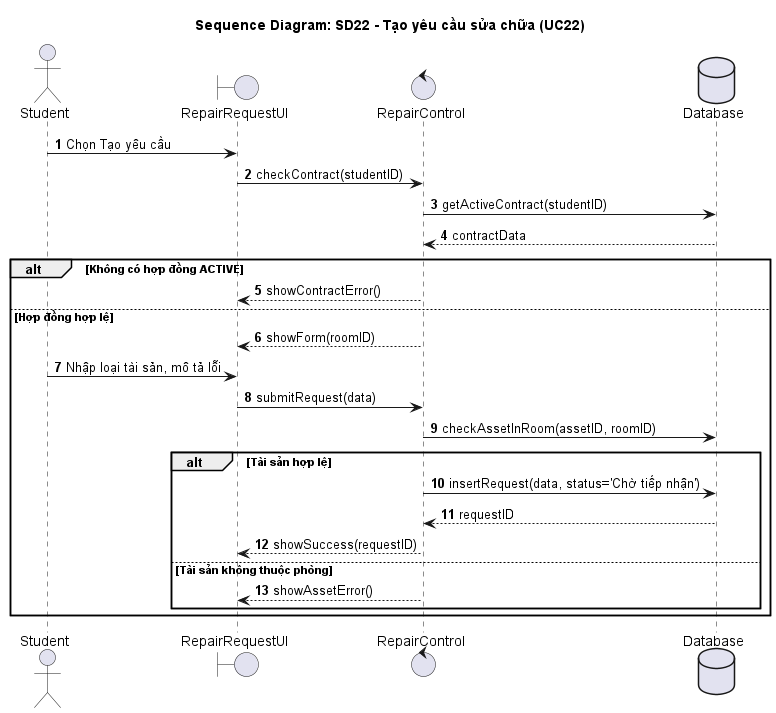
Before: src/DormitoryManagement/Docs/images/SD08_TaoYeuCauSuaChua.png, a diagram exported from PlantUML (DOTHANHLUAN-24/DormitoryManagementSystem). Its diagram source:
```plantuml
@startuml
title Sequence Diagram: SD22 - Tạo yêu cầu sửa chữa (UC22)
autonumber
actor "Student" as St
boundary "RepairRequestUI" as UI
control "RepairControl" as Ctrl
database "Database" as DB

St -> UI: Chọn Tạo yêu cầu
UI -> Ctrl: checkContract(studentID)
Ctrl -> DB: getActiveContract(studentID)
DB --> Ctrl: contractData
alt Không có hợp đồng ACTIVE
    Ctrl --> UI: showContractError()
else Hợp đồng hợp lệ
    Ctrl --> UI: showForm(roomID)
    St -> UI: Nhập loại tài sản, mô tả lỗi
    UI -> Ctrl: submitRequest(data)
    Ctrl -> DB: checkAssetInRoom(assetID, roomID)
    alt Tài sản hợp lệ
        Ctrl -> DB: insertRequest(data, status='Chờ tiếp nhận')
        DB --> Ctrl: requestID
        Ctrl --> UI: showSuccess(requestID)
    else Tài sản không thuộc phòng
        Ctrl --> UI: showAssetError()
    end
end
@enduml
```
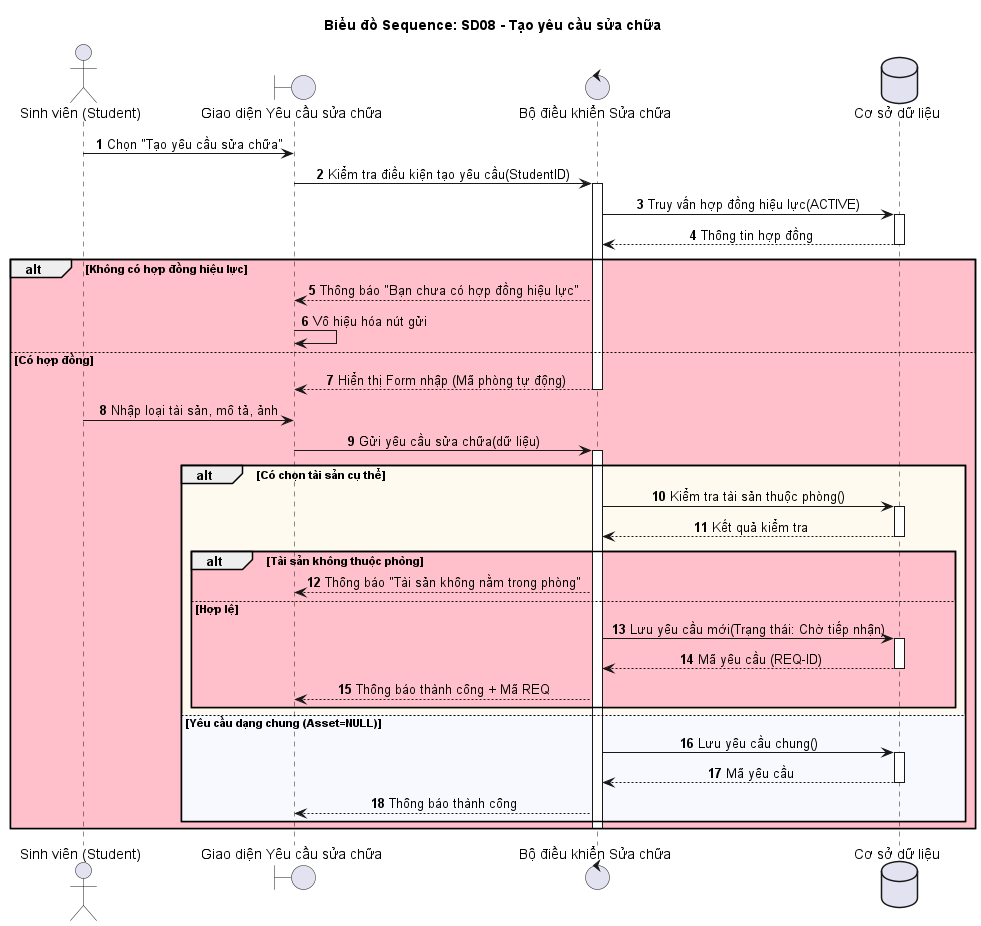
After the change.

What changed in the source:
```diff
@@ -1,28 +1,54 @@
 @startuml
-title Sequence Diagram: SD22 - Tạo yêu cầu sửa chữa (UC22)
+skinparam SequenceMessageAlignment center
+title Biểu đồ Sequence: SD08 - Tạo yêu cầu sửa chữa
 autonumber
-actor "Student" as St
-boundary "RepairRequestUI" as UI
-control "RepairControl" as Ctrl
-database "Database" as DB
 
-St -> UI: Chọn Tạo yêu cầu
-UI -> Ctrl: checkContract(studentID)
-Ctrl -> DB: getActiveContract(studentID)
-DB --> Ctrl: contractData
-alt Không có hợp đồng ACTIVE
-    Ctrl --> UI: showContractError()
-else Hợp đồng hợp lệ
-    Ctrl --> UI: showForm(roomID)
-    St -> UI: Nhập loại tài sản, mô tả lỗi
-    UI -> Ctrl: submitRequest(data)
-    Ctrl -> DB: checkAssetInRoom(assetID, roomID)
-    alt Tài sản hợp lệ
-        Ctrl -> DB: insertRequest(data, status='Chờ tiếp nhận')
-        DB --> Ctrl: requestID
-        Ctrl --> UI: showSuccess(requestID)
-    else Tài sản không thuộc phòng
-        Ctrl --> UI: showAssetError()
+actor "Sinh viên (Student)" as St
+boundary "Giao diện Yêu cầu sửa chữa" as UI
+control "Bộ điều khiển Sửa chữa" as Ctrl
+database "Cơ sở dữ liệu" as DB
+
+St -> UI: Chọn "Tạo yêu cầu sửa chữa"
+UI -> Ctrl: Kiểm tra điều kiện tạo yêu cầu(StudentID)
+activate Ctrl
+Ctrl -> DB: Truy vấn hợp đồng hiệu lực(ACTIVE)
+activate DB
+DB --> Ctrl: Thông tin hợp đồng
+deactivate DB
+
+alt #Pink Không có hợp đồng hiệu lực
+    Ctrl --> UI: Thông báo "Bạn chưa có hợp đồng hiệu lực"
+    UI -> UI: Vô hiệu hóa nút gửi
+else Có hợp đồng
+    Ctrl --> UI: Hiển thị Form nhập (Mã phòng tự động)
+    deactivate Ctrl
+
+    St -> UI: Nhập loại tài sản, mô tả, ảnh
+    UI -> Ctrl: Gửi yêu cầu sửa chữa(dữ liệu)
+    activate Ctrl
+
+    alt #FloralWhite Có chọn tài sản cụ thể
+        Ctrl -> DB: Kiểm tra tài sản thuộc phòng()
+        activate DB
+        DB --> Ctrl: Kết quả kiểm tra
+        deactivate DB
+
+        alt #Pink Tài sản không thuộc phòng
+            Ctrl --> UI: Thông báo "Tài sản không nằm trong phòng"
+        else Hợp lệ
+            Ctrl -> DB: Lưu yêu cầu mới(Trạng thái: Chờ tiếp nhận)
+            activate DB
+            DB --> Ctrl: Mã yêu cầu (REQ-ID)
+            deactivate DB
+            Ctrl --> UI: Thông báo thành công + Mã REQ
+        end
+    else #GhostWhite Yêu cầu dạng chung (Asset=NULL)
+        Ctrl -> DB: Lưu yêu cầu chung()
+        activate DB
+        DB --> Ctrl: Mã yêu cầu
+        deactivate DB
+        Ctrl --> UI: Thông báo thành công
     end
+    deactivate Ctrl
 end
 @enduml
```
